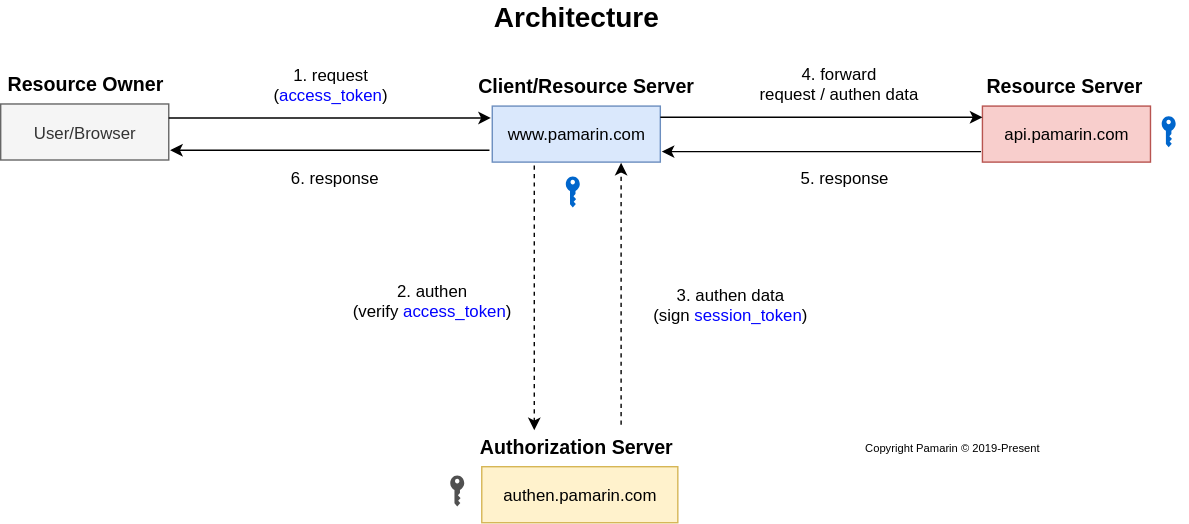
Above: document/authentication/authentication-architecture.svg in emeraldtechco/developer.pamarin.com (draw.io), before the change. Source tidied: cells renumbered, new cells last; positions are measured from the earlier drawing's top-left corner, leaving out a move shared by most shapes.
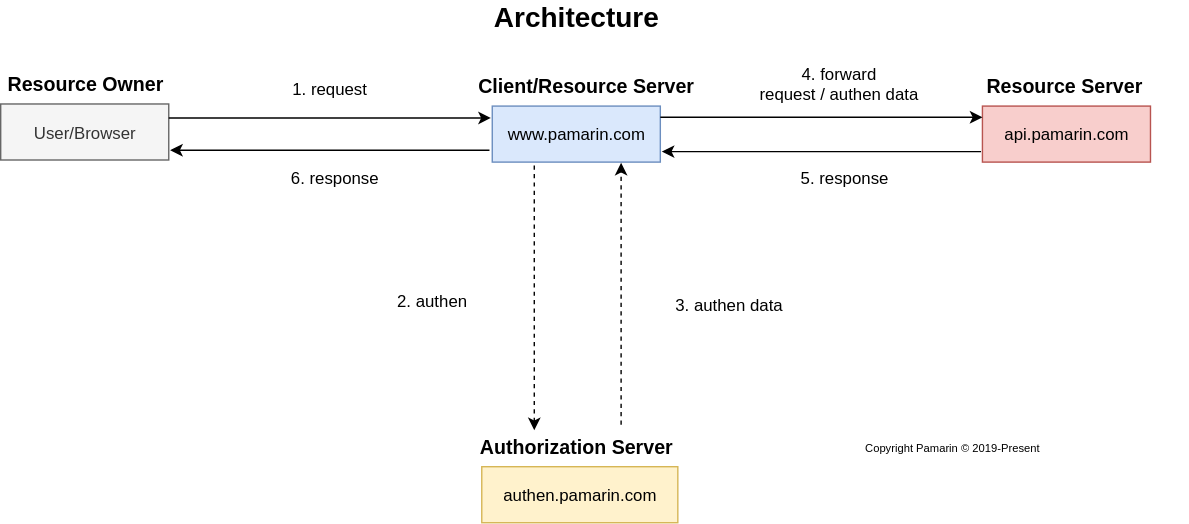
The same file after the commit.

Change to the diagram source:
```diff
@@ -68,13 +68,13 @@
     <mxCell id="17" value="6. response" style="text;html=1;strokeColor=none;fillColor=none;align=center;verticalAlign=middle;whiteSpace=wrap;rounded=0;" parent="1" vertex="1">
       <mxGeometry x="203" y="114.7" width="70" height="20" as="geometry" />
     </mxCell>
-    <mxCell id="18" value="1. request (&lt;font color=&quot;#0000ff&quot;&gt;access_token&lt;/font&gt;)" style="text;html=1;strokeColor=none;fillColor=none;align=center;verticalAlign=middle;whiteSpace=wrap;rounded=0;" parent="1" vertex="1">
-      <mxGeometry x="186" y="47" width="100" height="24" as="geometry" />
+    <mxCell id="18" value="1. request&amp;nbsp;" style="text;html=1;strokeColor=none;fillColor=none;align=center;verticalAlign=middle;whiteSpace=wrap;rounded=0;" parent="1" vertex="1">
+      <mxGeometry x="186" y="50" width="100" height="24" as="geometry" />
     </mxCell>
-    <mxCell id="19" value="2. authen&lt;br&gt;(verify &lt;font color=&quot;#0000ff&quot;&gt;access_token&lt;/font&gt;)" style="text;html=1;strokeColor=none;fillColor=none;align=center;verticalAlign=middle;whiteSpace=wrap;rounded=0;" parent="1" vertex="1">
+    <mxCell id="19" value="2. authen" style="text;html=1;strokeColor=none;fillColor=none;align=center;verticalAlign=middle;whiteSpace=wrap;rounded=0;" parent="1" vertex="1">
       <mxGeometry x="246" y="203" width="123" height="20" as="geometry" />
     </mxCell>
-    <mxCell id="20" value="3. authen data&lt;br&gt;(sign &lt;font color=&quot;#0000ff&quot;&gt;session_token&lt;/font&gt;)" style="text;html=1;strokeColor=none;fillColor=none;align=center;verticalAlign=middle;whiteSpace=wrap;rounded=0;" parent="1" vertex="1">
+    <mxCell id="20" value="3. authen data" style="text;html=1;strokeColor=none;fillColor=none;align=center;verticalAlign=middle;whiteSpace=wrap;rounded=0;" parent="1" vertex="1">
       <mxGeometry x="455" y="206" width="131" height="20" as="geometry" />
     </mxCell>
     <mxCell id="21" value="4. forward &lt;br&gt;request / authen data" style="text;html=1;strokeColor=none;fillColor=none;align=center;verticalAlign=middle;whiteSpace=wrap;rounded=0;" parent="1" vertex="1">
@@ -86,14 +86,5 @@
     <mxCell id="23" value="&lt;font style=&quot;font-size: 8px&quot;&gt;Copyright Pamarin © 2019-Present&lt;/font&gt;" style="text;html=1;strokeColor=none;fillColor=none;align=center;verticalAlign=middle;whiteSpace=wrap;rounded=0;" parent="1" vertex="1">
       <mxGeometry x="543" y="306.7" width="271" height="20" as="geometry" />
     </mxCell>
-    <mxCell id="24" style="shadow=0;dashed=0;html=1;strokeColor=none;fillColor=#505050;labelPosition=center;verticalLabelPosition=bottom;verticalAlign=top;align=center;shape=mxgraph.office.security.key_permissions;" parent="1" vertex="1">
-      <mxGeometry x="321" y="338" width="10" height="22" as="geometry" />
-    </mxCell>
-    <mxCell id="25" style="shadow=0;dashed=0;html=1;strokeColor=none;fillColor=#0066CC;labelPosition=center;verticalLabelPosition=bottom;verticalAlign=top;align=center;shape=mxgraph.office.security.key_permissions;" parent="1" vertex="1">
-      <mxGeometry x="829" y="81.5" width="10" height="22" as="geometry" />
-    </mxCell>
-    <mxCell id="26" style="shadow=0;dashed=0;html=1;strokeColor=none;fillColor=#0066CC;labelPosition=center;verticalLabelPosition=bottom;verticalAlign=top;align=center;shape=mxgraph.office.security.key_permissions;" parent="1" vertex="1">
-      <mxGeometry x="403.5" y="124.5" width="10" height="22" as="geometry" />
-    </mxCell>
   </root>
 </mxGraphModel>
```
